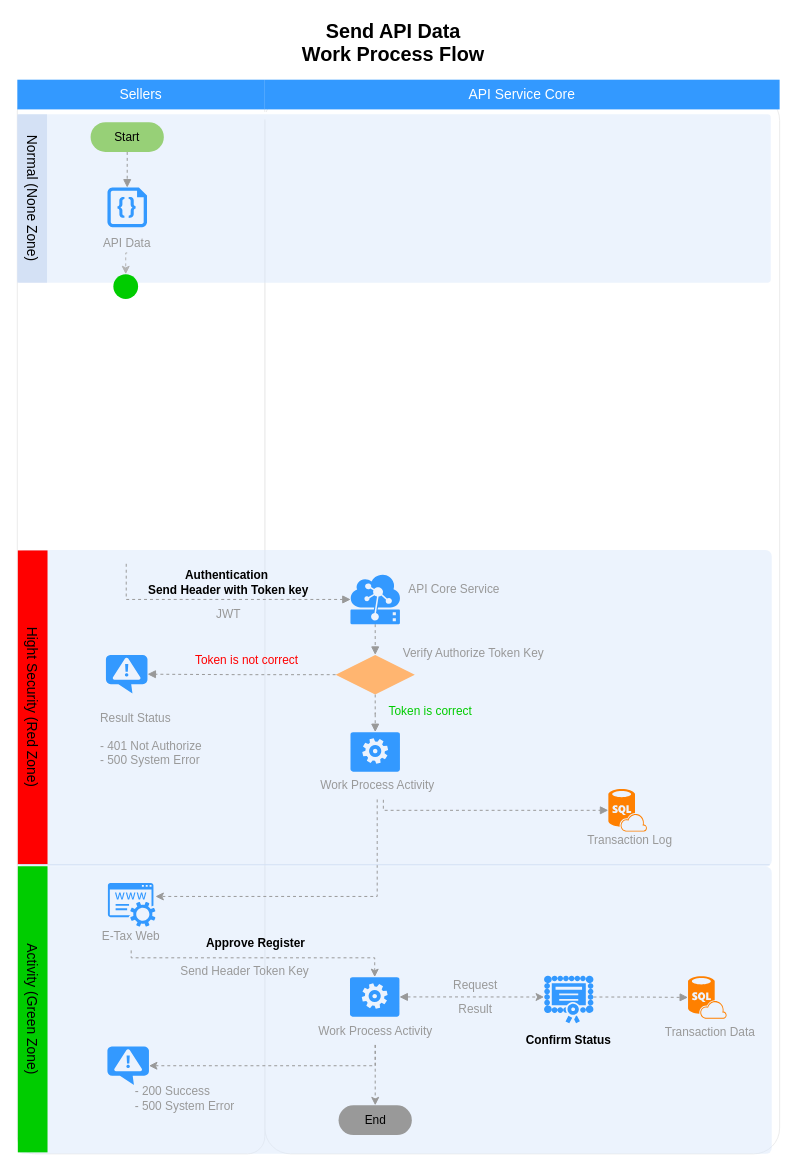
This is API Send Workflow.drawio from nirawat/eTax, a draw.io file, before an edit. Source tidied: cells renumbered, new cells numbered last; positions are measured from the earlier drawing's top-left corner, leaving out a move shared by most shapes. Both pictures are drawn from the tidied source at 99%, with x=0, y=0 at pixel (-125, 17).
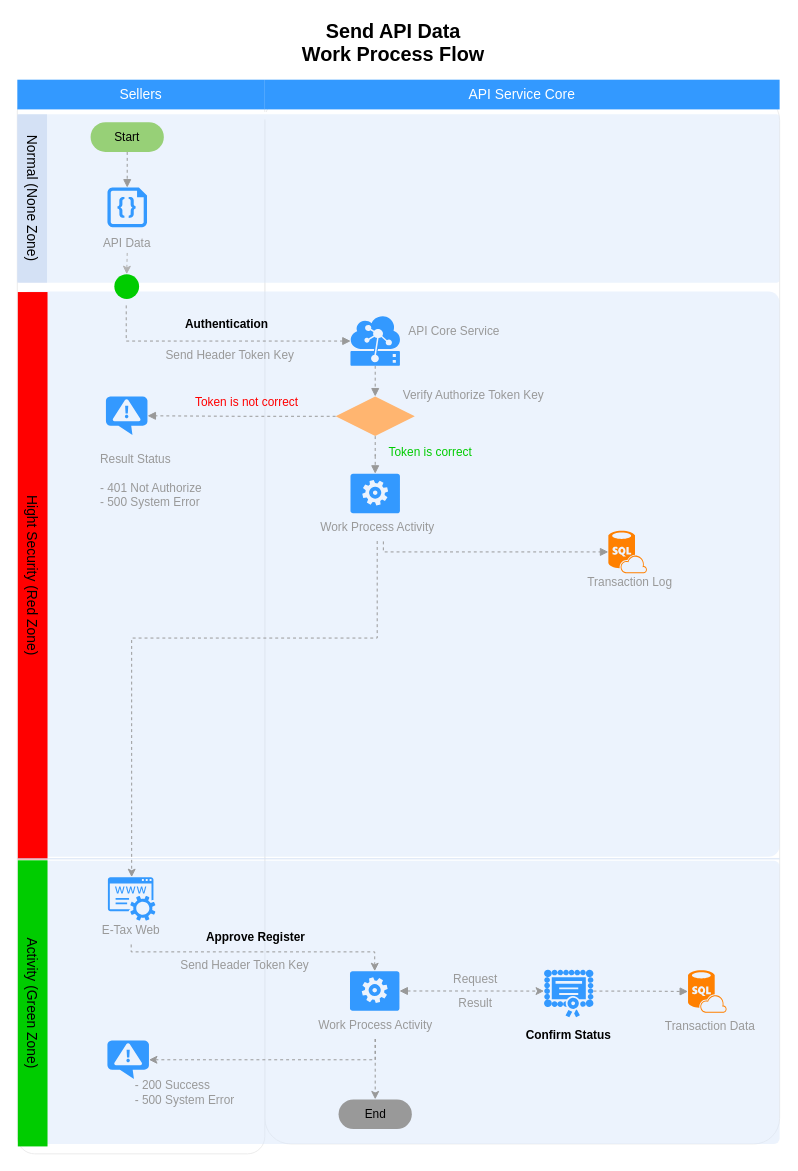
The same diagram, later.

The change refers to these unchanged cells:
```xml
<mxCell id="24" value="Work Process Activity&lt;br&gt;" style="text;html=1;strokeColor=none;fillColor=none;align=center;verticalAlign=middle;whiteSpace=wrap;rounded=0;fontSize=12;fontColor=#999999;" parent="22" vertex="1">
  <mxGeometry y="7" width="160" height="29" as="geometry" />
</mxCell>
<mxCell id="37" style="verticalLabelPosition=bottom;html=1;verticalAlign=top;align=center;strokeColor=none;fillColor=#3399FF;shape=mxgraph.azure.worker_role;fontSize=12;fontColor=#999999;" parent="36" vertex="1">
  <mxGeometry x="53" width="50" height="40" as="geometry" />
</mxCell>
<mxCell id="54" style="shadow=0;dashed=0;html=1;strokeColor=none;fillColor=#3399FF;labelPosition=center;verticalLabelPosition=bottom;verticalAlign=top;outlineConnect=0;align=center;shape=mxgraph.office.services.registrar_service;" parent="53" vertex="1">
  <mxGeometry x="31.5" y="-1" width="48" height="44" as="geometry" />
</mxCell>
<mxCell id="55" value="E-Tax Web" style="text;html=1;strokeColor=none;fillColor=none;align=center;verticalAlign=middle;whiteSpace=wrap;rounded=0;fontSize=12;fontColor=#999999;" parent="53" vertex="1">
  <mxGeometry y="37" width="110" height="30" as="geometry" />
</mxCell>
<mxCell id="59" style="verticalLabelPosition=bottom;html=1;verticalAlign=top;align=center;strokeColor=none;fillColor=#FF8000;shape=mxgraph.azure.sql_database_sql_azure;fontSize=12;fontColor=#999999;" parent="57" vertex="1">
  <mxGeometry x="32" width="39" height="43" as="geometry" />
</mxCell>
```

What changed in the source:
```diff
@@
     <mxCell id="2" style="rounded=1;whiteSpace=wrap;html=1;strokeColor=#E6E6E6;strokeWidth=1;fillColor=#FFFFFF;fontFamily=Helvetica;fontSize=14;fontColor=#FFB366;opacity=75;verticalAlign=top;fontStyle=1;arcSize=5;" parent="1" vertex="1">
-      <mxGeometry x="393" y="78" width="520" height="1070" as="geometry" />
+      <mxGeometry x="393" y="78" width="520" height="1060" as="geometry" />
     </mxCell>
@@
     <mxCell id="5" style="rounded=1;whiteSpace=wrap;html=1;strokeColor=none;strokeWidth=1;fillColor=#dae8fc;fontSize=12;align=center;arcSize=2;opacity=50;" parent="1" vertex="1">
-      <mxGeometry x="144" y="858" width="761" height="290" as="geometry" />
+      <mxGeometry x="144" y="852" width="769" height="286" as="geometry" />
     </mxCell>
     <mxCell id="6" style="rounded=1;whiteSpace=wrap;html=1;strokeColor=none;strokeWidth=1;fillColor=#dae8fc;fontSize=12;align=center;arcSize=2;opacity=50;" parent="1" vertex="1">
-      <mxGeometry x="144" y="538" width="761" height="320" as="geometry" />
+      <mxGeometry x="144" y="277" width="769" height="571" as="geometry" />
     </mxCell>
     <mxCell id="7" style="rounded=1;whiteSpace=wrap;html=1;strokeColor=none;strokeWidth=1;fillColor=#dae8fc;fontSize=12;align=center;arcSize=2;opacity=50;" parent="1" vertex="1">
-      <mxGeometry x="143" y="98" width="761" height="170" as="geometry" />
+      <mxGeometry x="143" y="98" width="770" height="170" as="geometry" />
     </mxCell>
@@
     <mxCell id="10" style="shadow=0;dashed=0;html=1;strokeColor=none;labelPosition=center;verticalLabelPosition=bottom;verticalAlign=top;align=center;shape=mxgraph.mscae.cloud.iot_edge;fillColor=#3399FF;fontSize=12;fontColor=#999999;" parent="1" vertex="1">
-      <mxGeometry x="479.5" y="563" width="50" height="50" as="geometry" />
+      <mxGeometry x="479.5" y="302" width="50" height="50" as="geometry" />
     </mxCell>
     <mxCell id="11" style="verticalLabelPosition=bottom;html=1;verticalAlign=top;align=center;strokeColor=none;fillColor=#3399FF;shape=mxgraph.azure.notification_topic;fontSize=12;fontColor=#999999;" parent="1" vertex="1">
-      <mxGeometry x="232.5" y="644" width="42" height="39" as="geometry" />
+      <mxGeometry x="232.5" y="383" width="42" height="39" as="geometry" />
     </mxCell>
     <mxCell id="12" value="Result Status&lt;br&gt;&lt;br&gt;- 401 Not Authorize&lt;br&gt;- 500 System Error&lt;br&gt;" style="text;html=1;strokeColor=none;fillColor=none;align=left;verticalAlign=middle;whiteSpace=wrap;rounded=0;fontSize=12;fontColor=#999999;" parent="1" vertex="1">
-      <mxGeometry x="225" y="690" width="143" height="77" as="geometry" />
+      <mxGeometry x="225" y="429" width="143" height="77" as="geometry" />
     </mxCell>
     <mxCell id="13" style="edgeStyle=orthogonalEdgeStyle;rounded=0;jettySize=auto;html=1;exitX=0.5;exitY=1;exitDx=0;exitDy=0;entryX=0.005;entryY=0.5;entryDx=0;entryDy=0;dashed=1;startArrow=none;startFill=0;endArrow=block;endFill=1;strokeColor=#999999;entryPerimeter=0;" parent="1" edge="1" target="10">
       <mxGeometry relative="1" as="geometry">
-        <mxPoint x="253" y="552" as="sourcePoint" />
+        <mxPoint x="253" y="291" as="sourcePoint" />
         <Array as="points">
-          <mxPoint x="253" y="588" />
+          <mxPoint x="253" y="327" />
         </Array>
       </mxGeometry>
     </mxCell>
@@
     <mxCell id="16" style="rhombus;whiteSpace=wrap;html=1;strokeColor=none;strokeWidth=1;fillColor=#FFB570;fontSize=12;fontColor=#999999;align=left;" parent="1" vertex="1">
-      <mxGeometry x="464.5" y="644" width="80" height="40" as="geometry" />
+      <mxGeometry x="464.5" y="383" width="80" height="40" as="geometry" />
     </mxCell>
-    <mxCell id="17" value="Authentication&amp;nbsp;&lt;br&gt;Send Header with Token key&lt;br&gt;" style="text;html=1;strokeColor=none;fillColor=none;align=center;verticalAlign=middle;whiteSpace=wrap;rounded=0;fontSize=12;fontColor=#000000;fontStyle=1;" parent="1" vertex="1">
-      <mxGeometry x="260" y="554" width="193" height="34" as="geometry" />
+    <mxCell id="17" value="Authentication&amp;nbsp;&lt;br&gt;" style="text;html=1;strokeColor=none;fillColor=none;align=center;verticalAlign=middle;whiteSpace=wrap;rounded=0;fontSize=12;fontColor=#000000;fontStyle=1;" parent="1" vertex="1">
+      <mxGeometry x="260" y="293" width="193" height="34" as="geometry" />
     </mxCell>
     <mxCell id="18" value="API Core Service" style="text;html=1;strokeColor=none;fillColor=none;align=center;verticalAlign=middle;whiteSpace=wrap;rounded=0;fontSize=12;fontColor=#999999;" parent="1" vertex="1">
-      <mxGeometry x="534" y="563.5" width="101" height="29" as="geometry" />
+      <mxGeometry x="534" y="302.5" width="101" height="29" as="geometry" />
     </mxCell>
     <mxCell id="19" value="Token is correct" style="text;html=1;strokeColor=none;fillColor=none;align=center;verticalAlign=middle;whiteSpace=wrap;rounded=0;fontSize=12;fontColor=#00CC00;" parent="1" vertex="1">
-      <mxGeometry x="510" y="686.5" width="101" height="29" as="geometry" />
+      <mxGeometry x="510" y="425.5" width="101" height="29" as="geometry" />
     </mxCell>
     <mxCell id="20" value="Verify Authorize Token Key" style="text;html=1;strokeColor=none;fillColor=none;align=center;verticalAlign=middle;whiteSpace=wrap;rounded=0;fontSize=12;fontColor=#999999;" parent="1" vertex="1">
-      <mxGeometry x="524" y="628" width="160" height="29" as="geometry" />
+      <mxGeometry x="524" y="367" width="160" height="29" as="geometry" />
     </mxCell>
     <mxCell id="21" value="Token is not correct" style="text;html=1;strokeColor=none;fillColor=none;align=center;verticalAlign=middle;whiteSpace=wrap;rounded=0;fontSize=12;fontColor=#FF0000;" parent="1" vertex="1">
-      <mxGeometry x="313" y="635" width="124" height="29" as="geometry" />
+      <mxGeometry x="313" y="374" width="124" height="29" as="geometry" />
     </mxCell>
     <mxCell id="22" style="group;" parent="1" vertex="1">
-      <mxGeometry x="426.5" y="754" width="160" height="72" as="geometry" />
+      <mxGeometry x="426.5" y="493" width="160" height="72" as="geometry" />
     </mxCell>
@@
     <mxCell id="25" style="edgeStyle=orthogonalEdgeStyle;rounded=0;jettySize=auto;html=1;exitX=0.539;exitY=1.013;exitDx=0;exitDy=0;entryX=0;entryY=0.5;entryDx=0;entryDy=0;entryPerimeter=0;dashed=1;startArrow=none;startFill=0;endArrow=block;endFill=1;strokeColor=#999999;exitPerimeter=0;" parent="1" edge="1" source="24" target="59">
       <mxGeometry relative="1" as="geometry">
         <Array as="points">
-          <mxPoint x="513" y="801" />
+          <mxPoint x="513" y="540" />
         </Array>
       </mxGeometry>
     </mxCell>
     <mxCell id="26" value="End" style="rounded=1;whiteSpace=wrap;html=1;fontColor=#000000;align=center;arcSize=50;labelBackgroundColor=none;fillColor=#999999;strokeColor=none;" parent="1" vertex="1">
-      <mxGeometry x="467.5" y="1099" width="74" height="30" as="geometry" />
+      <mxGeometry x="467.5" y="1093" width="74" height="30" as="geometry" />
     </mxCell>
@@
     <mxCell id="29" value="Hight Security (Red Zone)" style="whiteSpace=wrap;html=1;dashed=1;strokeColor=none;strokeWidth=2;fillColor=#FF0000;fontFamily=Helvetica;fontSize=14;fontColor=#000000;fontStyle=0;rotation=90;" parent="1" vertex="1">
-      <mxGeometry y="682" width="317" height="30" as="geometry" />
+      <mxGeometry x="-128" y="549" width="573" height="30" as="geometry" />
     </mxCell>
     <mxCell id="30" style="ellipse;whiteSpace=wrap;html=1;fillColor=#00CC00;fontColor=#000000;align=center;strokeColor=none;" parent="1" vertex="1">
-      <mxGeometry x="240" y="259.5" width="25" height="25" as="geometry" />
+      <mxGeometry x="241" y="259.5" width="25" height="25" as="geometry" />
     </mxCell>
     <mxCell id="31" value="Activity (Green Zone)" style="whiteSpace=wrap;html=1;dashed=1;strokeColor=none;strokeWidth=2;fillColor=#00CC00;fontFamily=Helvetica;fontSize=14;fontColor=#000000;fontStyle=0;rotation=90;" parent="1" vertex="1">
-      <mxGeometry x="14" y="987" width="289" height="30" as="geometry" />
+      <mxGeometry x="14" y="981" width="289" height="30" as="geometry" />
     </mxCell>
@@
     <mxCell id="35" style="edgeStyle=orthogonalEdgeStyle;rounded=0;jettySize=auto;html=1;exitX=0.5;exitY=1;exitDx=0;exitDy=0;dashed=1;strokeColor=#999999;" parent="1" edge="1" source="24" target="54">
       <mxGeometry relative="1" as="geometry">
         <Array as="points">
-          <mxPoint x="507" y="888" />
+          <mxPoint x="507" y="627" />
         </Array>
       </mxGeometry>
     </mxCell>
     <mxCell id="36" style="group;" parent="1" vertex="1">
-      <mxGeometry x="426" y="969.5" width="160" height="72" as="geometry" />
+      <mxGeometry x="426" y="963.5" width="160" height="72" as="geometry" />
     </mxCell>
@@
     <mxCell id="38" style="group;" parent="1" vertex="1">
-      <mxGeometry x="644.5" y="1042" width="108" height="79" as="geometry" />
+      <mxGeometry x="644.5" y="1036" width="108" height="79" as="geometry" />
     </mxCell>
     <mxCell id="39" value="Approve Register&lt;br&gt;" style="text;html=1;strokeColor=none;fillColor=none;align=center;verticalAlign=middle;whiteSpace=wrap;rounded=0;fontSize=12;fontColor=#000000;fontStyle=1;" parent="1" vertex="1">
-      <mxGeometry x="300" y="927.5" width="168" height="16" as="geometry" />
+      <mxGeometry x="300" y="921.5" width="168" height="16" as="geometry" />
     </mxCell>
@@
     <mxCell id="42" value="Work Process Activity&lt;br&gt;" style="text;html=1;strokeColor=none;fillColor=none;align=center;verticalAlign=middle;whiteSpace=wrap;rounded=0;fontSize=12;fontColor=#999999;" parent="1" vertex="1">
-      <mxGeometry x="424.5" y="1009" width="160" height="29" as="geometry" />
+      <mxGeometry x="424.5" y="1003" width="160" height="29" as="geometry" />
     </mxCell>
     <mxCell id="43" value="Transaction Data" style="text;html=1;strokeColor=none;fillColor=none;align=center;verticalAlign=middle;whiteSpace=wrap;rounded=0;fontSize=12;fontColor=#999999;" parent="1" vertex="1">
-      <mxGeometry x="788.5" y="1010.5" width="108" height="29" as="geometry" />
+      <mxGeometry x="788.5" y="1004.5" width="108" height="29" as="geometry" />
     </mxCell>
     <mxCell id="44" style="verticalLabelPosition=bottom;html=1;verticalAlign=top;align=center;strokeColor=none;fillColor=#FF8000;shape=mxgraph.azure.sql_database_sql_azure;fontSize=12;fontColor=#999999;" parent="1" vertex="1">
-      <mxGeometry x="820.5" y="968.5" width="39" height="43" as="geometry" />
+      <mxGeometry x="820.5" y="962.5" width="39" height="43" as="geometry" />
     </mxCell>
     <mxCell id="45" value="Confirm Status&lt;br&gt;" style="text;html=1;strokeColor=none;fillColor=none;align=center;verticalAlign=middle;whiteSpace=wrap;rounded=0;fontSize=12;fontColor=#000000;fontStyle=1;" parent="1" vertex="1">
-      <mxGeometry x="642.5" y="1016" width="114" height="36" as="geometry" />
+      <mxGeometry x="642.5" y="1010" width="114" height="36" as="geometry" />
     </mxCell>
     <mxCell id="46" style="shadow=0;dashed=0;html=1;strokeColor=none;labelPosition=center;verticalLabelPosition=bottom;verticalAlign=top;align=center;shape=mxgraph.mscae.intune.inventory_license;fillColor=#3399FF;fontSize=14;" parent="1" vertex="1">
-      <mxGeometry x="675" y="968" width="50" height="48" as="geometry" />
+      <mxGeometry x="675" y="962" width="50" height="48" as="geometry" />
     </mxCell>
@@
     <mxCell id="48" value="Request" style="text;html=1;strokeColor=none;fillColor=none;align=center;verticalAlign=middle;whiteSpace=wrap;rounded=0;fontSize=12;fontColor=#999999;" parent="1" vertex="1">
-      <mxGeometry x="575.5" y="968" width="60" height="20" as="geometry" />
+      <mxGeometry x="575.5" y="962" width="60" height="20" as="geometry" />
     </mxCell>
     <mxCell id="49" value="Result" style="text;html=1;strokeColor=none;fillColor=none;align=center;verticalAlign=middle;whiteSpace=wrap;rounded=0;fontSize=12;fontColor=#999999;" parent="1" vertex="1">
-      <mxGeometry x="575.5" y="992" width="60" height="20" as="geometry" />
+      <mxGeometry x="575.5" y="986" width="60" height="20" as="geometry" />
     </mxCell>
@@
     <mxCell id="51" style="verticalLabelPosition=bottom;html=1;verticalAlign=top;align=center;strokeColor=none;fillColor=#3399FF;shape=mxgraph.azure.notification_topic;fontSize=12;fontColor=#999999;" parent="1" vertex="1">
-      <mxGeometry x="234" y="1039.5" width="42" height="39" as="geometry" />
+      <mxGeometry x="234" y="1033.5" width="42" height="39" as="geometry" />
     </mxCell>
     <mxCell id="52" value="- 200 Success&lt;br&gt;- 500 System Error&lt;br&gt;" style="text;html=1;strokeColor=none;fillColor=none;align=left;verticalAlign=middle;whiteSpace=wrap;rounded=0;fontSize=12;fontColor=#999999;" parent="1" vertex="1">
-      <mxGeometry x="259.5" y="1074.5" width="143" height="35" as="geometry" />
+      <mxGeometry x="259.5" y="1068.5" width="143" height="35" as="geometry" />
     </mxCell>
     <mxCell id="53" style="group;" parent="1" vertex="1">
-      <mxGeometry x="203" y="875.5" width="110" height="74" as="geometry" />
+      <mxGeometry x="203" y="869.5" width="110" height="74" as="geometry" />
     </mxCell>
@@
     <mxCell id="56" style="edgeStyle=orthogonalEdgeStyle;rounded=0;jettySize=auto;html=1;exitX=0.5;exitY=1;exitDx=0;exitDy=0;entryX=0.5;entryY=0;entryDx=0;entryDy=0;entryPerimeter=0;dashed=1;strokeColor=#999999;fontColor=#009900;" parent="1" edge="1" source="55" target="37">
       <mxGeometry relative="1" as="geometry">
         <Array as="points">
-          <mxPoint x="258" y="950" />
-          <mxPoint x="504" y="950" />
+          <mxPoint x="258" y="944" />
+          <mxPoint x="504" y="944" />
         </Array>
       </mxGeometry>
     </mxCell>
     <mxCell id="57" style="group;" parent="1" vertex="1">
-      <mxGeometry x="708" y="779.5" width="108" height="71" as="geometry" />
+      <mxGeometry x="708" y="518.5" width="108" height="71" as="geometry" />
     </mxCell>
@@
-    <mxCell id="60" value="JWT" style="text;html=1;strokeColor=none;fillColor=none;align=center;verticalAlign=middle;whiteSpace=wrap;rounded=0;fontSize=12;fontColor=#999999;" parent="1" vertex="1">
-      <mxGeometry x="306" y="588" width="101" height="29" as="geometry" />
+    <mxCell id="60" value="Send Header Token Key" style="text;html=1;strokeColor=none;fillColor=none;align=center;verticalAlign=middle;whiteSpace=wrap;rounded=0;fontSize=12;fontColor=#999999;" parent="1" vertex="1">
+      <mxGeometry x="273" y="327" width="170" height="29" as="geometry" />
     </mxCell>
     <mxCell id="61" value="Send Header Token Key" style="text;html=1;strokeColor=none;fillColor=none;align=center;verticalAlign=middle;whiteSpace=wrap;rounded=0;fontSize=12;fontColor=#999999;" parent="1" vertex="1">
-      <mxGeometry x="278" y="949" width="190" height="29" as="geometry" />
+      <mxGeometry x="278" y="943" width="190" height="29" as="geometry" />
     </mxCell>
     <mxCell id="62" style="endArrow=none;html=1;strokeColor=#D4E1F5;fontColor=#000000;" parent="1" edge="1">
       <mxGeometry relative="1" as="geometry">
-        <mxPoint x="143" y="856" as="sourcePoint" />
-        <mxPoint x="903" y="856" as="targetPoint" />
+        <mxPoint x="143" y="850" as="sourcePoint" />
+        <mxPoint x="913" y="850" as="targetPoint" />
       </mxGeometry>
     </mxCell>
```
